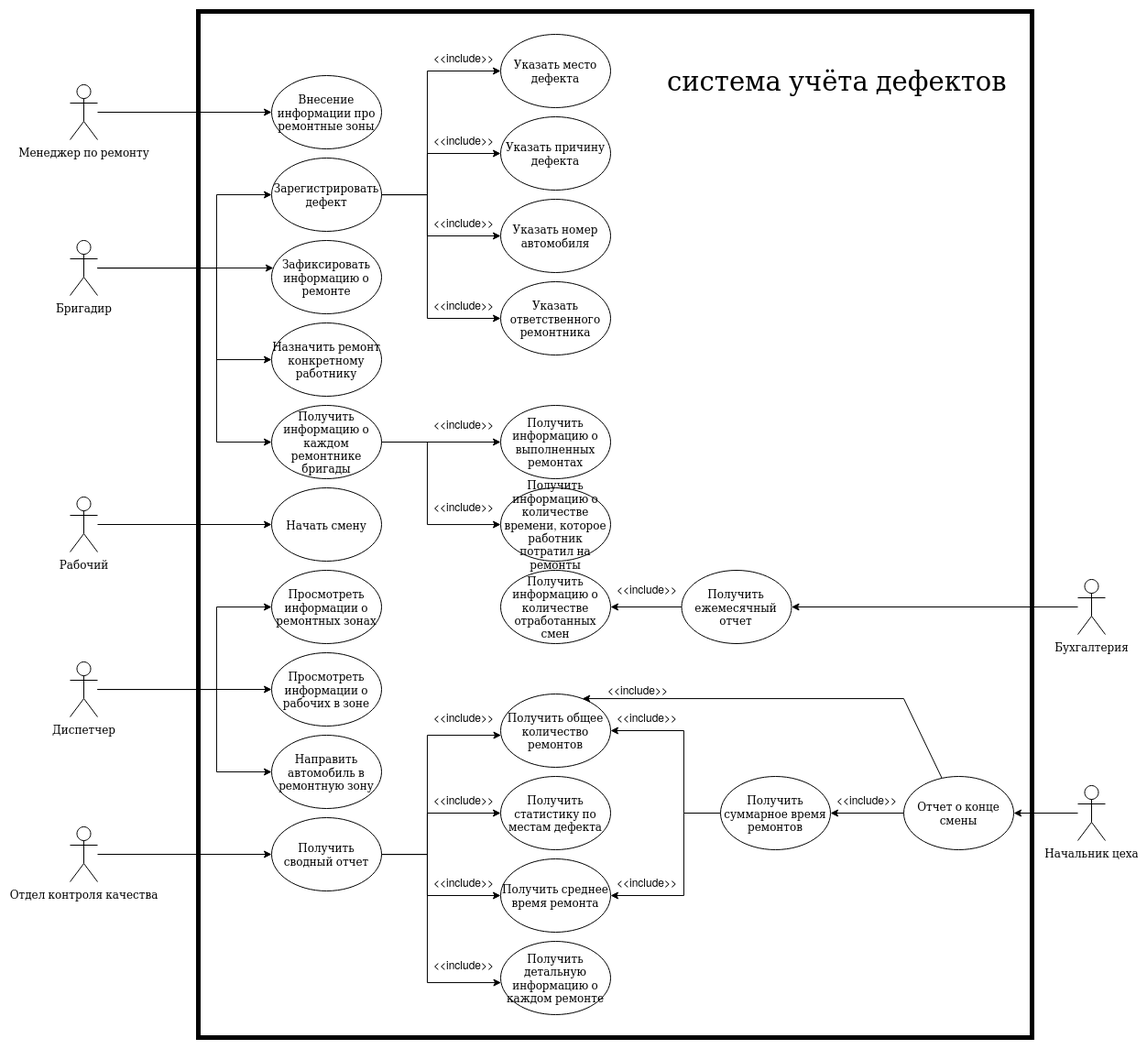
Before: analysis/use-case.png, a diagram exported from draw.io (Krock21/bash). Source tidied: cells renumbered, new cells last; positions are measured from the earlier drawing's top-left corner, leaving out a move shared by most shapes.
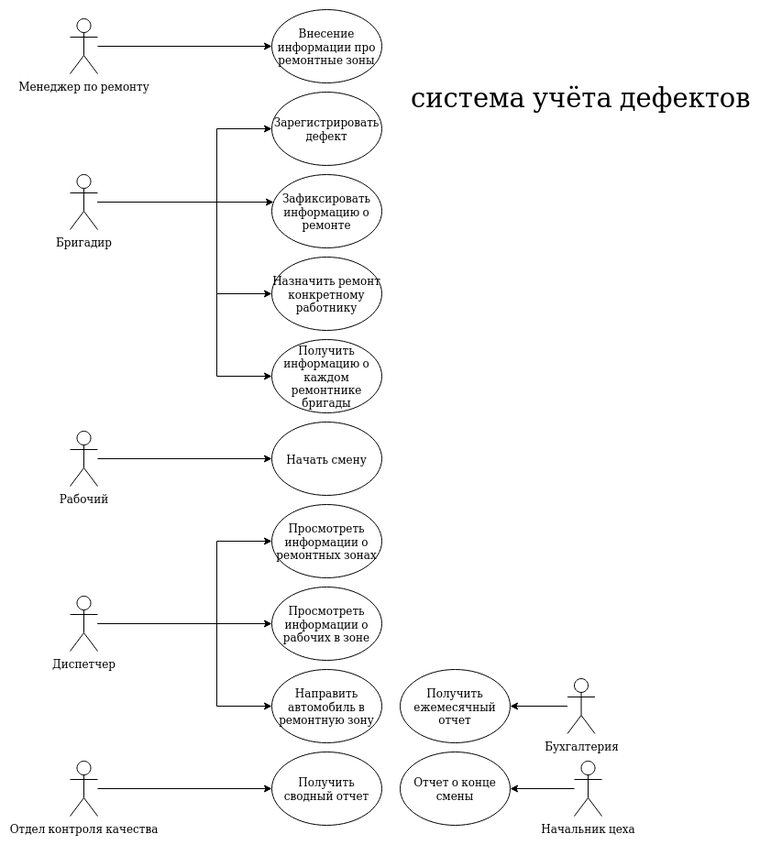
After the change.

Diff of the diagram source:
```diff
@@ -40,53 +40,9 @@
     <mxCell id="7" value="Бригадир" style="shape=umlActor;verticalLabelPosition=bottom;labelBackgroundColor=#ffffff;verticalAlign=top;html=1;outlineConnect=0;" parent="1" vertex="1">
       <mxGeometry y="250" width="30" height="60" as="geometry" />
     </mxCell>
-    <mxCell id="8" style="edgeStyle=orthogonalEdgeStyle;rounded=0;jettySize=auto;html=1;" parent="1" edge="1" source="12" target="13">
-      <mxGeometry relative="1" as="geometry">
-        <Array as="points">
-          <mxPoint x="390" y="200" />
-          <mxPoint x="390" y="65" />
-        </Array>
-      </mxGeometry>
-    </mxCell>
-    <mxCell id="9" style="edgeStyle=orthogonalEdgeStyle;rounded=0;jettySize=auto;html=1;" parent="1" edge="1" source="12" target="14">
-      <mxGeometry relative="1" as="geometry">
-        <Array as="points">
-          <mxPoint x="390" y="200" />
-          <mxPoint x="390" y="155" />
-        </Array>
-      </mxGeometry>
-    </mxCell>
-    <mxCell id="10" style="edgeStyle=orthogonalEdgeStyle;rounded=0;jettySize=auto;html=1;" parent="1" edge="1" source="12" target="15">
-      <mxGeometry relative="1" as="geometry">
-        <Array as="points">
-          <mxPoint x="390" y="200" />
-          <mxPoint x="390" y="245" />
-        </Array>
-      </mxGeometry>
-    </mxCell>
-    <mxCell id="11" style="edgeStyle=orthogonalEdgeStyle;rounded=0;jettySize=auto;html=1;" parent="1" edge="1" source="12" target="16">
-      <mxGeometry relative="1" as="geometry">
-        <Array as="points">
-          <mxPoint x="390" y="200" />
-          <mxPoint x="390" y="335" />
-        </Array>
-      </mxGeometry>
-    </mxCell>
     <mxCell id="12" value="Зарегистрировать дефект" style="ellipse;whiteSpace=wrap;html=1;" parent="1" vertex="1">
       <mxGeometry x="220" y="160" width="120" height="80" as="geometry" />
     </mxCell>
-    <mxCell id="13" value="Указать место дефекта" style="ellipse;whiteSpace=wrap;html=1;" parent="1" vertex="1">
-      <mxGeometry x="470" y="25" width="120" height="80" as="geometry" />
-    </mxCell>
-    <mxCell id="14" value="Указать причину дефекта" style="ellipse;whiteSpace=wrap;html=1;" parent="1" vertex="1">
-      <mxGeometry x="470" y="115" width="120" height="80" as="geometry" />
-    </mxCell>
-    <mxCell id="15" value="Указать номер автомобиля" style="ellipse;whiteSpace=wrap;html=1;" parent="1" vertex="1">
-      <mxGeometry x="470" y="205" width="120" height="80" as="geometry" />
-    </mxCell>
-    <mxCell id="16" value="Указать ответственного ремонтника" style="ellipse;whiteSpace=wrap;html=1;" parent="1" vertex="1">
-      <mxGeometry x="470" y="295" width="120" height="80" as="geometry" />
-    </mxCell>
     <mxCell id="17" value="Зафиксировать информацию о ремонте" style="ellipse;whiteSpace=wrap;html=1;" parent="1" vertex="1">
       <mxGeometry x="220" y="250" width="120" height="80" as="geometry" />
     </mxCell>
@@ -145,179 +101,32 @@
     <mxCell id="32" value="Отдел контроля качества" style="shape=umlActor;verticalLabelPosition=bottom;labelBackgroundColor=#ffffff;verticalAlign=top;html=1;outlineConnect=0;" parent="1" vertex="1">
       <mxGeometry y="890" width="30" height="60" as="geometry" />
     </mxCell>
-    <mxCell id="33" style="edgeStyle=orthogonalEdgeStyle;rounded=0;jettySize=auto;html=1;" parent="1" edge="1" source="37" target="38">
-      <mxGeometry relative="1" as="geometry">
-        <Array as="points">
-          <mxPoint x="390" y="920" />
-          <mxPoint x="390" y="790" />
-        </Array>
-      </mxGeometry>
-    </mxCell>
-    <mxCell id="34" style="edgeStyle=orthogonalEdgeStyle;rounded=0;jettySize=auto;html=1;" parent="1" edge="1" source="37" target="39">
-      <mxGeometry relative="1" as="geometry">
-        <Array as="points">
-          <mxPoint x="390" y="920" />
-          <mxPoint x="390" y="875" />
-        </Array>
-      </mxGeometry>
-    </mxCell>
-    <mxCell id="35" style="edgeStyle=orthogonalEdgeStyle;rounded=0;jettySize=auto;html=1;" parent="1" edge="1" source="37" target="40">
-      <mxGeometry relative="1" as="geometry">
-        <Array as="points">
-          <mxPoint x="390" y="920" />
-          <mxPoint x="390" y="965" />
-        </Array>
-      </mxGeometry>
-    </mxCell>
-    <mxCell id="36" style="edgeStyle=orthogonalEdgeStyle;rounded=0;jettySize=auto;html=1;" parent="1" edge="1" source="37" target="41">
-      <mxGeometry relative="1" as="geometry">
-        <Array as="points">
-          <mxPoint x="390" y="920" />
-          <mxPoint x="390" y="1060" />
-        </Array>
-      </mxGeometry>
-    </mxCell>
     <mxCell id="37" value="Получить сводный отчет" style="ellipse;whiteSpace=wrap;html=1;" parent="1" vertex="1">
       <mxGeometry x="220" y="880" width="120" height="80" as="geometry" />
     </mxCell>
-    <mxCell id="38" value="Получить общее количество ремонтов" style="ellipse;whiteSpace=wrap;html=1;" parent="1" vertex="1">
-      <mxGeometry x="470" y="745" width="120" height="80" as="geometry" />
-    </mxCell>
-    <mxCell id="39" value="Получить статистику по местам дефекта" style="ellipse;whiteSpace=wrap;html=1;" parent="1" vertex="1">
-      <mxGeometry x="470" y="835" width="120" height="80" as="geometry" />
-    </mxCell>
-    <mxCell id="40" value="Получить среднее время ремонта" style="ellipse;whiteSpace=wrap;html=1;" parent="1" vertex="1">
-      <mxGeometry x="470" y="925" width="120" height="80" as="geometry" />
-    </mxCell>
-    <mxCell id="41" value="Получить детальную информацию о каждом ремонте" style="ellipse;whiteSpace=wrap;html=1;" parent="1" vertex="1">
-      <mxGeometry x="470" y="1015" width="120" height="80" as="geometry" />
-    </mxCell>
-    <mxCell id="42" value="&amp;lt;&amp;lt;include&amp;gt;&amp;gt;" style="text;html=1;strokeColor=none;fillColor=none;align=center;verticalAlign=middle;whiteSpace=wrap;rounded=0;" parent="1" vertex="1">
-      <mxGeometry x="410" y="40" width="40" height="20" as="geometry" />
-    </mxCell>
-    <mxCell id="43" value="&amp;lt;&amp;lt;include&amp;gt;&amp;gt;" style="text;html=1;strokeColor=none;fillColor=none;align=center;verticalAlign=middle;whiteSpace=wrap;rounded=0;" parent="1" vertex="1">
-      <mxGeometry x="410" y="130" width="40" height="20" as="geometry" />
-    </mxCell>
-    <mxCell id="44" value="&amp;lt;&amp;lt;include&amp;gt;&amp;gt;" style="text;html=1;strokeColor=none;fillColor=none;align=center;verticalAlign=middle;whiteSpace=wrap;rounded=0;" parent="1" vertex="1">
-      <mxGeometry x="410" y="220" width="40" height="20" as="geometry" />
-    </mxCell>
-    <mxCell id="45" value="&amp;lt;&amp;lt;include&amp;gt;&amp;gt;" style="text;html=1;strokeColor=none;fillColor=none;align=center;verticalAlign=middle;whiteSpace=wrap;rounded=0;" parent="1" vertex="1">
-      <mxGeometry x="410" y="310" width="40" height="20" as="geometry" />
-    </mxCell>
-    <mxCell id="46" value="&amp;lt;&amp;lt;include&amp;gt;&amp;gt;" style="text;html=1;strokeColor=none;fillColor=none;align=center;verticalAlign=middle;whiteSpace=wrap;rounded=0;" parent="1" vertex="1">
-      <mxGeometry x="410" y="760" width="40" height="20" as="geometry" />
-    </mxCell>
-    <mxCell id="47" value="&amp;lt;&amp;lt;include&amp;gt;&amp;gt;" style="text;html=1;strokeColor=none;fillColor=none;align=center;verticalAlign=middle;whiteSpace=wrap;rounded=0;" parent="1" vertex="1">
-      <mxGeometry x="410" y="850" width="40" height="20" as="geometry" />
-    </mxCell>
-    <mxCell id="48" value="&amp;lt;&amp;lt;include&amp;gt;&amp;gt;" style="text;html=1;strokeColor=none;fillColor=none;align=center;verticalAlign=middle;whiteSpace=wrap;rounded=0;" parent="1" vertex="1">
-      <mxGeometry x="410" y="940" width="40" height="20" as="geometry" />
-    </mxCell>
-    <mxCell id="49" value="&amp;lt;&amp;lt;include&amp;gt;&amp;gt;" style="text;html=1;strokeColor=none;fillColor=none;align=center;verticalAlign=middle;whiteSpace=wrap;rounded=0;" parent="1" vertex="1">
-      <mxGeometry x="410" y="1030" width="40" height="20" as="geometry" />
-    </mxCell>
     <mxCell id="50" style="edgeStyle=orthogonalEdgeStyle;rounded=0;jettySize=auto;html=1;" parent="1" edge="1" source="51" target="54">
       <mxGeometry relative="1" as="geometry" />
     </mxCell>
     <mxCell id="51" value="&lt;div&gt;Начальник цеха&lt;/div&gt;" style="shape=umlActor;verticalLabelPosition=bottom;labelBackgroundColor=#ffffff;verticalAlign=top;html=1;outlineConnect=0;" parent="1" vertex="1">
-      <mxGeometry x="1100" y="845" width="30" height="60" as="geometry" />
+      <mxGeometry x="550" y="890" width="30" height="60" as="geometry" />
     </mxCell>
-    <mxCell id="52" style="edgeStyle=orthogonalEdgeStyle;rounded=0;jettySize=auto;html=1;" parent="1" edge="1" source="54" target="58">
-      <mxGeometry relative="1" as="geometry" />
-    </mxCell>
-    <mxCell id="53" style="edgeStyle=orthogonalEdgeStyle;rounded=0;jettySize=auto;html=1;" parent="1" edge="1" source="54" target="38">
-      <mxGeometry relative="1" as="geometry">
-        <Array as="points">
-          <mxPoint x="910" y="750" />
-        </Array>
-      </mxGeometry>
-    </mxCell>
     <mxCell id="54" value="Отчет о конце смены" style="ellipse;whiteSpace=wrap;html=1;" parent="1" vertex="1">
-      <mxGeometry x="910" y="835" width="120" height="80" as="geometry" />
+      <mxGeometry x="360" y="880" width="120" height="80" as="geometry" />
     </mxCell>
-    <mxCell id="55" value="&amp;lt;&amp;lt;include&amp;gt;&amp;gt;" style="text;html=1;strokeColor=none;fillColor=none;align=center;verticalAlign=middle;whiteSpace=wrap;rounded=0;" parent="1" vertex="1">
-      <mxGeometry x="610" y="760" width="40" height="20" as="geometry" />
-    </mxCell>
-    <mxCell id="56" style="edgeStyle=orthogonalEdgeStyle;rounded=0;jettySize=auto;html=1;" parent="1" edge="1" source="58" target="38">
-      <mxGeometry relative="1" as="geometry">
-        <Array as="points">
-          <mxPoint x="670" y="875" />
-          <mxPoint x="670" y="785" />
-        </Array>
-      </mxGeometry>
-    </mxCell>
-    <mxCell id="57" style="edgeStyle=orthogonalEdgeStyle;rounded=0;jettySize=auto;html=1;" parent="1" edge="1" source="58" target="40">
-      <mxGeometry relative="1" as="geometry">
-        <Array as="points">
-          <mxPoint x="670" y="875" />
-          <mxPoint x="670" y="965" />
-        </Array>
-      </mxGeometry>
-    </mxCell>
-    <mxCell id="58" value="Получить суммарное время ремонтов" style="ellipse;whiteSpace=wrap;html=1;" parent="1" vertex="1">
-      <mxGeometry x="710" y="835" width="120" height="80" as="geometry" />
-    </mxCell>
-    <mxCell id="59" value="&amp;lt;&amp;lt;include&amp;gt;&amp;gt;" style="text;html=1;strokeColor=none;fillColor=none;align=center;verticalAlign=middle;whiteSpace=wrap;rounded=0;" parent="1" vertex="1">
-      <mxGeometry x="610" y="940" width="40" height="20" as="geometry" />
-    </mxCell>
-    <mxCell id="60" value="&amp;lt;&amp;lt;include&amp;gt;&amp;gt;" style="text;html=1;strokeColor=none;fillColor=none;align=center;verticalAlign=middle;whiteSpace=wrap;rounded=0;" parent="1" vertex="1">
-      <mxGeometry x="850" y="850" width="40" height="20" as="geometry" />
-    </mxCell>
-    <mxCell id="61" value="&amp;lt;&amp;lt;include&amp;gt;&amp;gt;" style="text;html=1;strokeColor=none;fillColor=none;align=center;verticalAlign=middle;whiteSpace=wrap;rounded=0;" parent="1" vertex="1">
-      <mxGeometry x="600" y="730" width="40" height="20" as="geometry" />
-    </mxCell>
-    <mxCell id="62" style="edgeStyle=orthogonalEdgeStyle;rounded=0;jettySize=auto;html=1;" parent="1" edge="1" source="64" target="65">
-      <mxGeometry relative="1" as="geometry" />
-    </mxCell>
-    <mxCell id="63" style="edgeStyle=orthogonalEdgeStyle;rounded=0;jettySize=auto;html=1;" parent="1" edge="1" source="64" target="66">
-      <mxGeometry relative="1" as="geometry">
-        <Array as="points">
-          <mxPoint x="390" y="470" />
-          <mxPoint x="390" y="560" />
-        </Array>
-      </mxGeometry>
-    </mxCell>
     <mxCell id="64" value="Получить информацию о каждом ремонтнике бригады" style="ellipse;whiteSpace=wrap;html=1;" parent="1" vertex="1">
       <mxGeometry x="220" y="430" width="120" height="80" as="geometry" />
     </mxCell>
-    <mxCell id="65" value="Получить информацию о выполненных ремонтах" style="ellipse;whiteSpace=wrap;html=1;" parent="1" vertex="1">
-      <mxGeometry x="470" y="430" width="120" height="80" as="geometry" />
-    </mxCell>
-    <mxCell id="66" value="Получить информацию о количестве времени, которое работник потратил на ремонты" style="ellipse;whiteSpace=wrap;html=1;" parent="1" vertex="1">
-      <mxGeometry x="470" y="520" width="120" height="80" as="geometry" />
-    </mxCell>
-    <mxCell id="67" value="&amp;lt;&amp;lt;include&amp;gt;&amp;gt;" style="text;html=1;strokeColor=none;fillColor=none;align=center;verticalAlign=middle;whiteSpace=wrap;rounded=0;" parent="1" vertex="1">
-      <mxGeometry x="410" y="440" width="40" height="20" as="geometry" />
-    </mxCell>
-    <mxCell id="68" value="&amp;lt;&amp;lt;include&amp;gt;&amp;gt;" style="text;html=1;strokeColor=none;fillColor=none;align=center;verticalAlign=middle;whiteSpace=wrap;rounded=0;" parent="1" vertex="1">
-      <mxGeometry x="410" y="530" width="40" height="20" as="geometry" />
-    </mxCell>
-    <mxCell id="69" style="edgeStyle=orthogonalEdgeStyle;rounded=0;orthogonalLoop=1;jettySize=auto;html=1;exitX=0.5;exitY=1;exitDx=0;exitDy=0;" parent="1" edge="1" source="67" target="67">
-      <mxGeometry relative="1" as="geometry" />
-    </mxCell>
     <mxCell id="70" style="edgeStyle=orthogonalEdgeStyle;rounded=0;jettySize=auto;html=1;" parent="1" edge="1" source="71" target="73">
       <mxGeometry relative="1" as="geometry" />
     </mxCell>
     <mxCell id="71" value="Бухгалтерия" style="shape=umlActor;verticalLabelPosition=bottom;labelBackgroundColor=#ffffff;verticalAlign=top;html=1;outlineConnect=0;" parent="1" vertex="1">
-      <mxGeometry x="1100" y="620" width="30" height="60" as="geometry" />
+      <mxGeometry x="542.5" y="800" width="30" height="60" as="geometry" />
     </mxCell>
-    <mxCell id="72" style="edgeStyle=orthogonalEdgeStyle;rounded=0;jettySize=auto;html=1;" parent="1" edge="1" source="73" target="74">
-      <mxGeometry relative="1" as="geometry" />
-    </mxCell>
     <mxCell id="73" value="Получить ежемесячный отчет" style="ellipse;whiteSpace=wrap;html=1;" parent="1" vertex="1">
-      <mxGeometry x="667.5" y="610" width="120" height="80" as="geometry" />
+      <mxGeometry x="360" y="790" width="120" height="80" as="geometry" />
     </mxCell>
-    <mxCell id="74" value="Получить информацию о количестве отработанных смен" style="ellipse;whiteSpace=wrap;html=1;" parent="1" vertex="1">
-      <mxGeometry x="470" y="610" width="120" height="80" as="geometry" />
-    </mxCell>
-    <mxCell id="75" value="&amp;lt;&amp;lt;include&amp;gt;&amp;gt;" style="text;html=1;strokeColor=none;fillColor=none;align=center;verticalAlign=middle;whiteSpace=wrap;rounded=0;" parent="1" vertex="1">
-      <mxGeometry x="610" y="620" width="40" height="20" as="geometry" />
-    </mxCell>
-    <mxCell id="76" style="rounded=0;whiteSpace=wrap;html=1;strokeWidth=5;fillColor=none;" parent="1" vertex="1">
-      <mxGeometry x="140" width="910" height="1120" as="geometry" />
-    </mxCell>
     <mxCell id="77" value="система учёта дефектов" style="text;html=1;fontSize=29;" parent="1" vertex="1">
-      <mxGeometry x="650" y="50" width="180" height="30" as="geometry" />
+      <mxGeometry x="370" y="140" width="180" height="30" as="geometry" />
     </mxCell>
   </root>
 </mxGraphModel>
```
